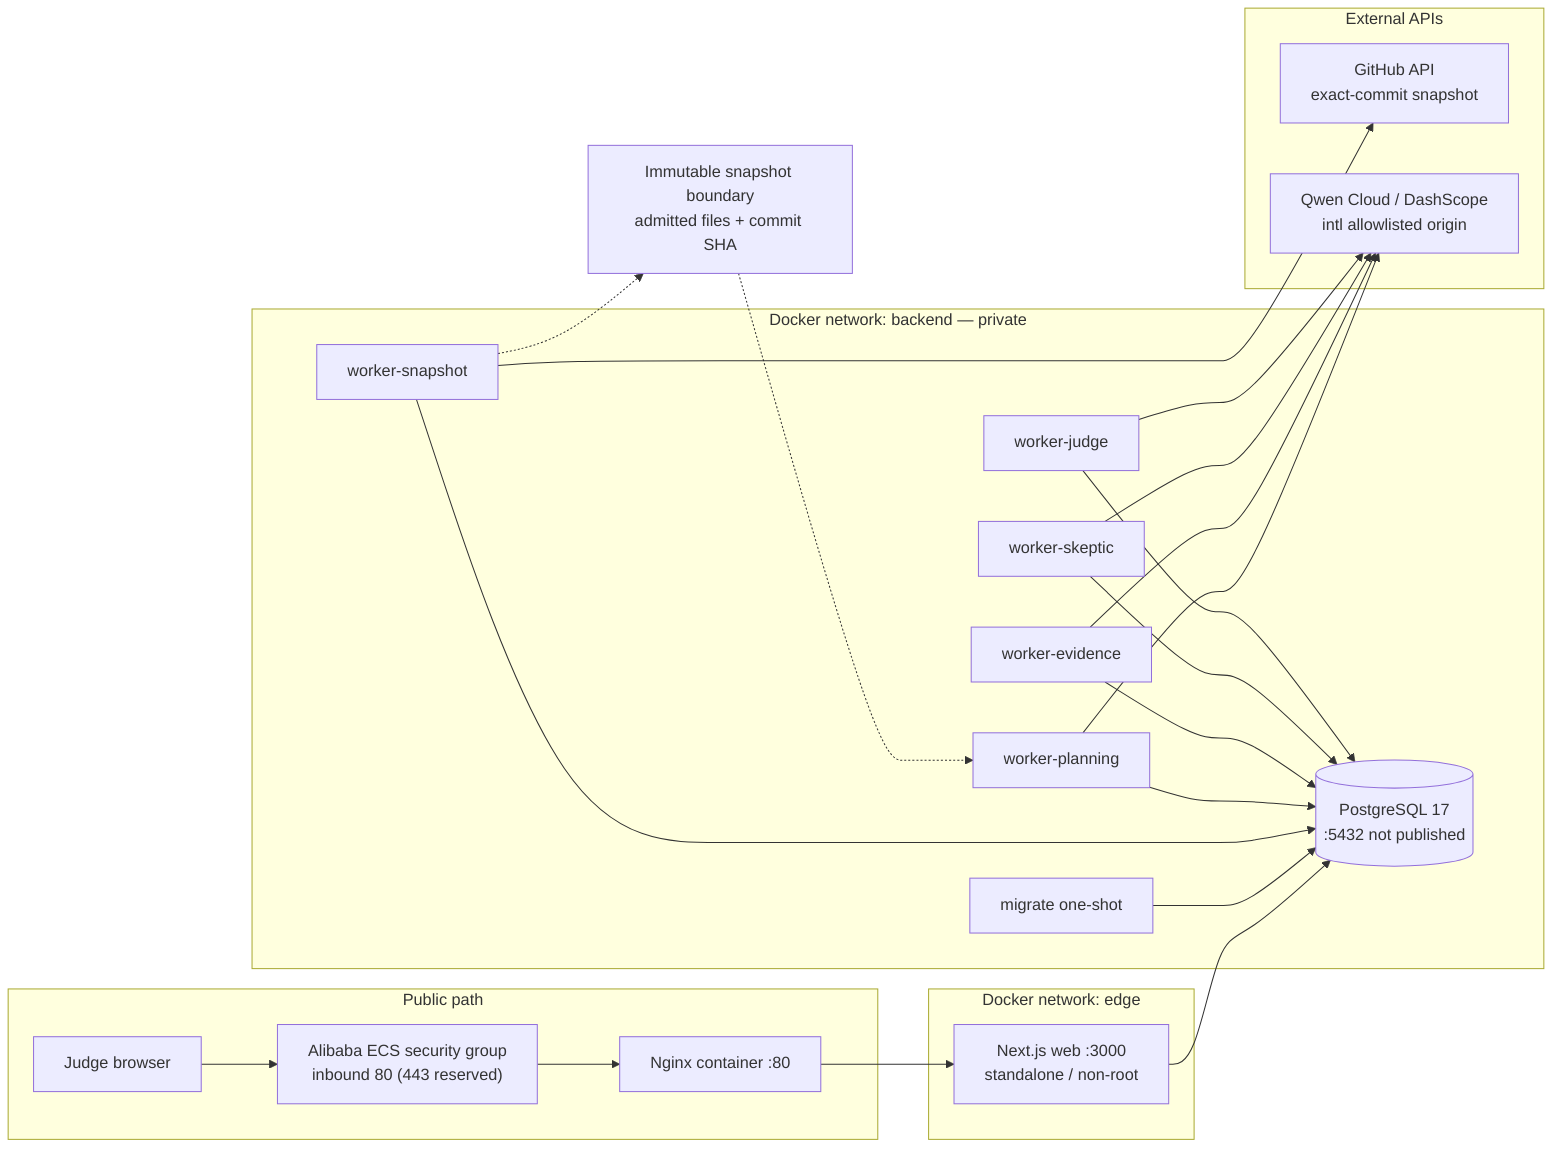
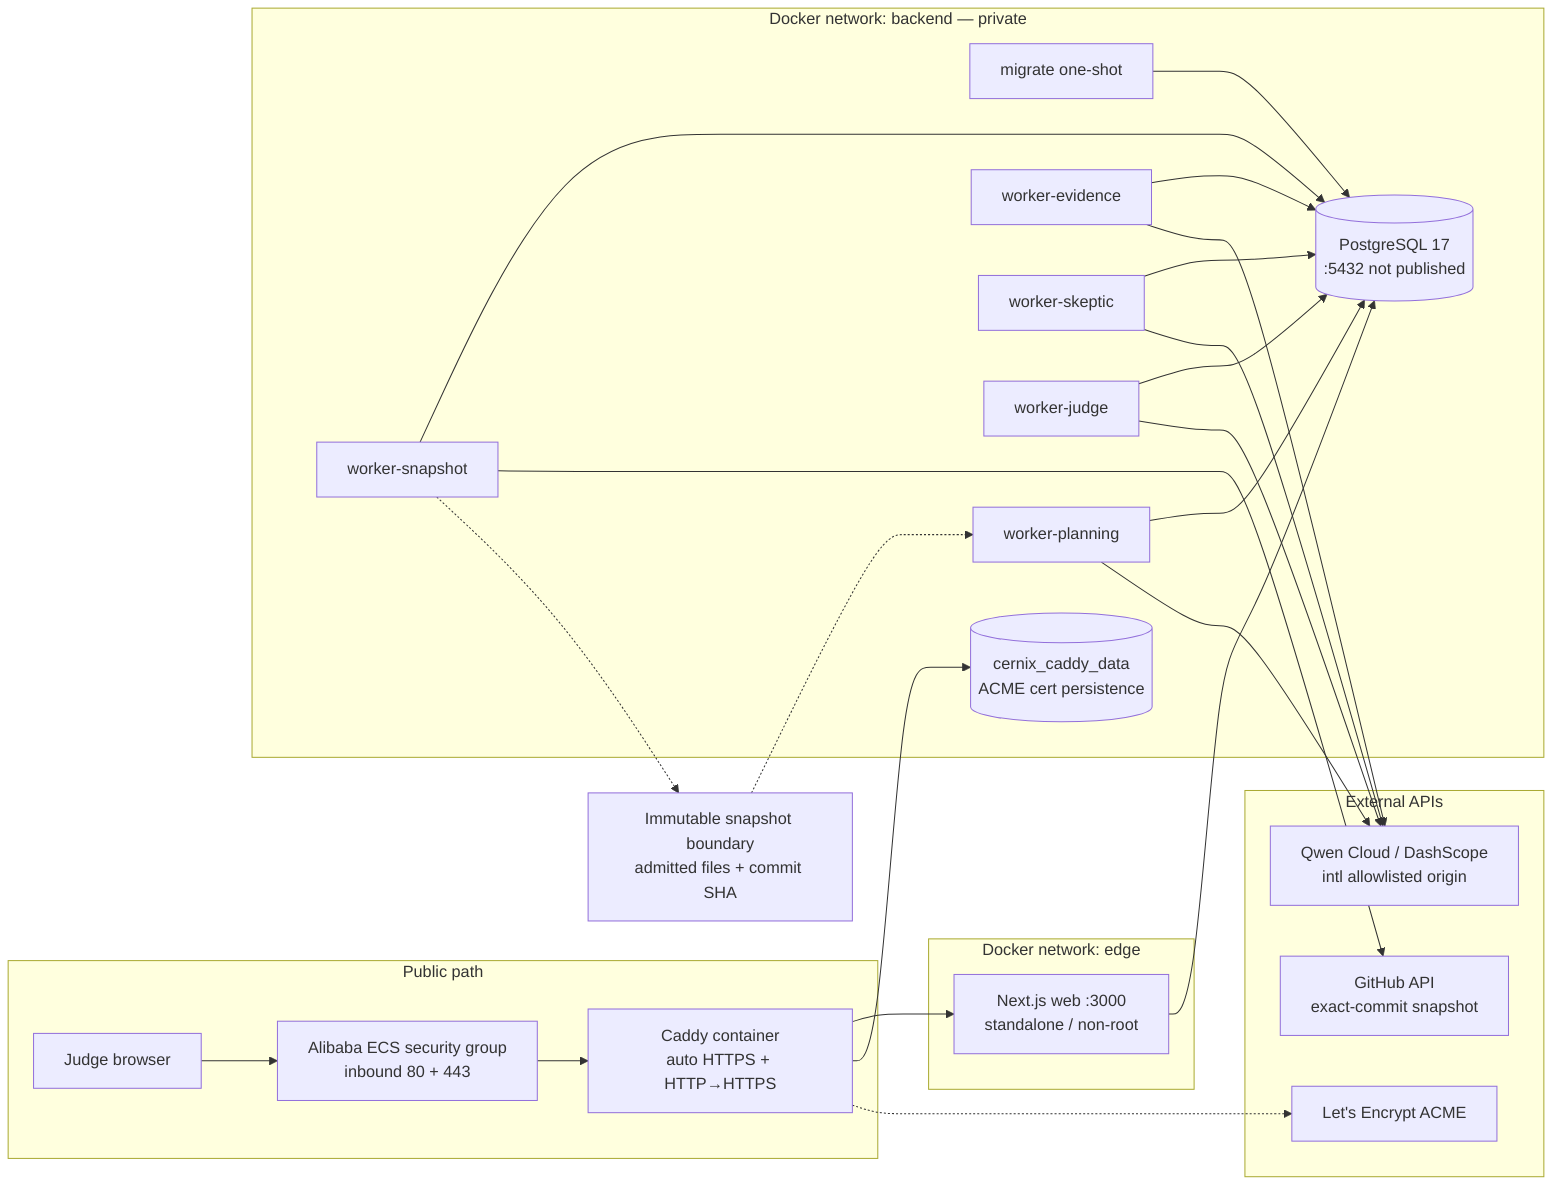
flowchart LR
  subgraph Public["Public path"]
    Judge["Judge browser"]
-     SG["Alibaba ECS security group<br/>inbound 80 (443 reserved)"]
-     Nginx["Nginx container :80"]
+     SG["Alibaba ECS security group<br/>inbound 80 + 443"]
+     Caddy["Caddy container<br/>auto HTTPS + HTTP→HTTPS"]
  end

  subgraph EdgeNet["Docker network: edge"]
-     Nginx
+     Caddy
    Web["Next.js web :3000<br/>standalone / non-root"]
  end

  subgraph BackendNet["Docker network: backend — private"]
    Web
    PG[("PostgreSQL 17<br/>:5432 not published")]
    Migrate["migrate one-shot"]
    WS["worker-snapshot"]
    WP["worker-planning"]
    WE["worker-evidence"]
    WSk["worker-skeptic"]
    WJ["worker-judge"]
+     Certs[("cernix_caddy_data<br/>ACME cert persistence")]
  end

  subgraph External["External APIs"]
    GH["GitHub API<br/>exact-commit snapshot"]
    Qwen["Qwen Cloud / DashScope<br/>intl allowlisted origin"]
+     LE["Let's Encrypt ACME"]
  end

-   Judge --> SG --> Nginx --> Web
+   Judge --> SG --> Caddy --> Web
+   Caddy --> Certs
+   Caddy -.-> LE
  Web --> PG
  Migrate --> PG
  WS --> PG
  WP --> PG
  WE --> PG
  WSk --> PG
  WJ --> PG
  WS --> GH
  WP --> Qwen
  WE --> Qwen
  WSk --> Qwen
  WJ --> Qwen

  SnapshotBoundary["Immutable snapshot boundary<br/>admitted files + commit SHA"]
  WS -.-> SnapshotBoundary
  SnapshotBoundary -.-> WP
